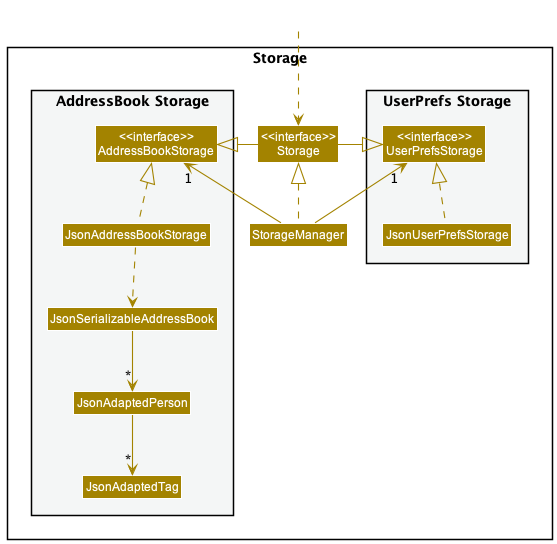
Earlier version of the PlantUML export docs/images/StorageClassDiagram.png (nus-cs2103-AY2223S1/tp).
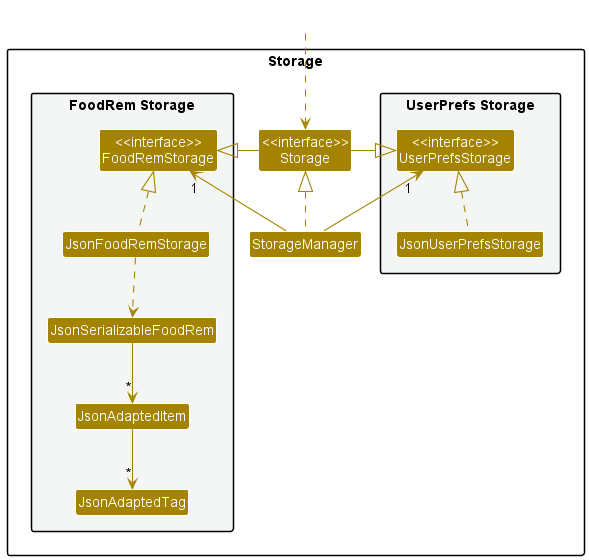
After the commit.

Diff of the diagram source:
```diff
@@ -14,11 +14,11 @@
 Class "<<interface>>\nStorage" as Storage
 Class StorageManager
 
-package "AddressBook Storage" #F4F6F6{
-Class "<<interface>>\nAddressBookStorage" as AddressBookStorage
-Class JsonAddressBookStorage
-Class JsonSerializableAddressBook
-Class JsonAdaptedPerson
+package "FoodRem Storage" #F4F6F6{
+Class "<<interface>>\nFoodRemStorage" as FoodRemStorage
+Class JsonFoodRemStorage
+Class JsonSerializableFoodRem
+Class JsonAdaptedItem
 Class JsonAdaptedTag
 }
 
@@ -29,15 +29,15 @@
 
 StorageManager .up.|> Storage
 StorageManager -up-> "1" UserPrefsStorage
-StorageManager -up-> "1" AddressBookStorage
+StorageManager -up-> "1" FoodRemStorage
 
 Storage -left-|> UserPrefsStorage
-Storage -right-|> AddressBookStorage
+Storage -right-|> FoodRemStorage
 
 JsonUserPrefsStorage .up.|> UserPrefsStorage
-JsonAddressBookStorage .up.|> AddressBookStorage
-JsonAddressBookStorage ..> JsonSerializableAddressBook
-JsonSerializableAddressBook --> "*" JsonAdaptedPerson
-JsonAdaptedPerson --> "*" JsonAdaptedTag
+JsonFoodRemStorage .up.|> FoodRemStorage
+JsonFoodRemStorage ..> JsonSerializableFoodRem
+JsonSerializableFoodRem --> "*" JsonAdaptedItem
+JsonAdaptedItem --> "*" JsonAdaptedTag
 
 @enduml
```
